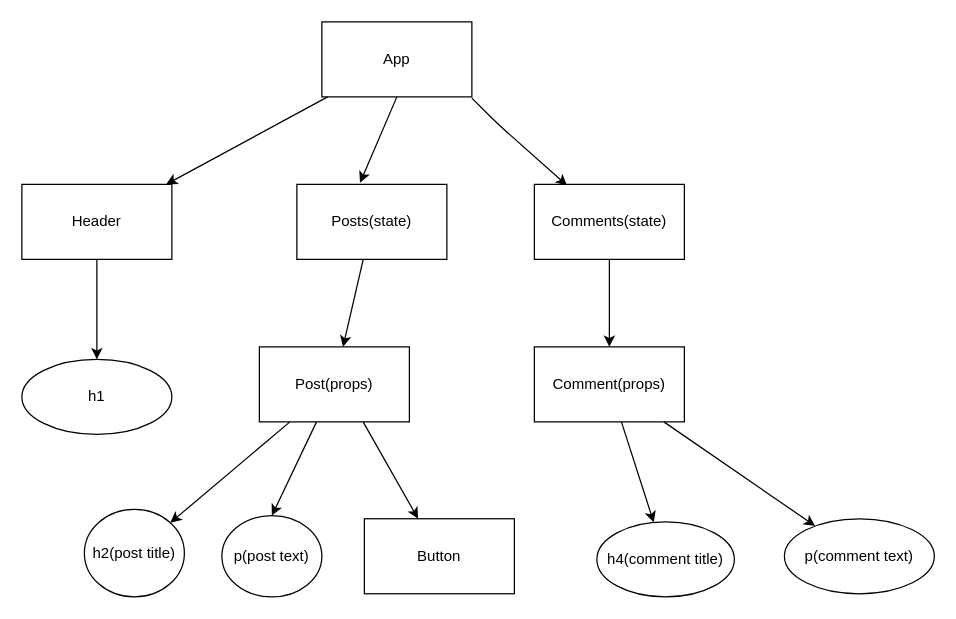
Before: diagram.drawio in SchoolOfCode/w10_recap-tasks-21ciprian, a draw.io diagram. Source tidied: cells renumbered, new cells numbered last; positions are measured from the earlier drawing's top-left corner, leaving out a move shared by most shapes. Both pictures are drawn from the tidied source at 125%, with x=0, y=0 at pixel (21, 21).
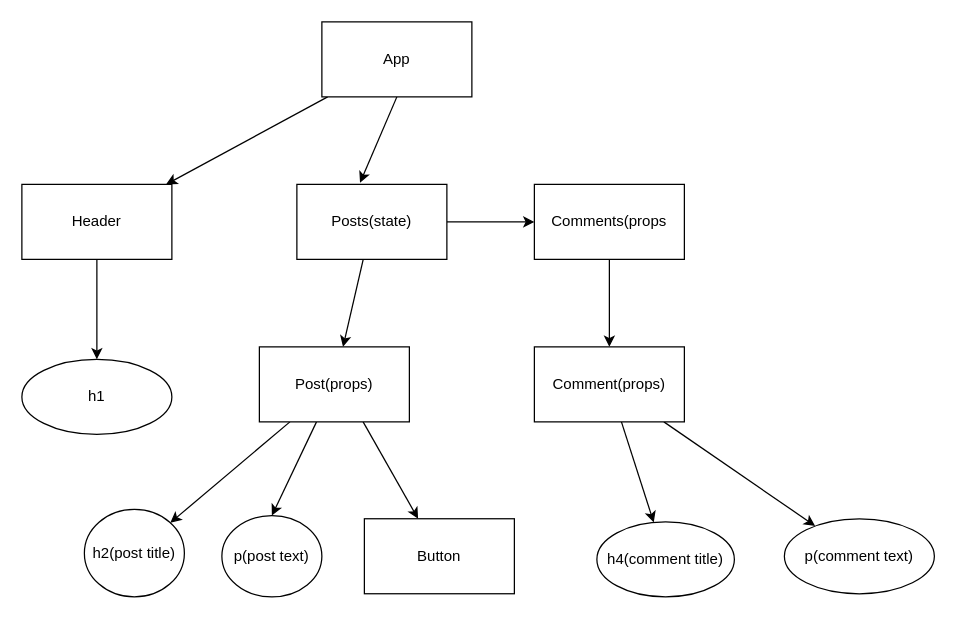
The same page after the edit.

Commit message (it also covers changes not shown here):
Passed down the props to Comment component and Button component

Unchanged cells that the change refers to:
```xml
<mxCell id="9" value="Posts(state)" style="whiteSpace=wrap;html=1;" parent="1" vertex="1">
  <mxGeometry x="220" y="130" width="120" height="60" as="geometry" />
</mxCell>
```

What changed in the source:
```diff
@@
-    <mxCell id="4" style="edgeStyle=none;html=1;exitX=1;exitY=1;exitDx=0;exitDy=0;" parent="1" edge="1">
-      <mxGeometry relative="1" as="geometry">
-        <mxPoint x="360" y="61" as="sourcePoint" />
-        <mxPoint x="436.2" y="131" as="targetPoint" />
-        <Array as="points">
-          <mxPoint x="380" y="81" />
-        </Array>
-      </mxGeometry>
-    </mxCell>
@@
+    <mxCell id="25" style="edgeStyle=none;html=1;" parent="1" edge="1" source="9" target="11">
+      <mxGeometry relative="1" as="geometry" />
+    </mxCell>
@@
-    <mxCell id="11" value="Comments(state)" style="whiteSpace=wrap;html=1;" parent="1" vertex="1">
+    <mxCell id="11" value="Comments(props" style="whiteSpace=wrap;html=1;" parent="1" vertex="1">
       <mxGeometry x="410" y="130" width="120" height="60" as="geometry" />
     </mxCell>
```
